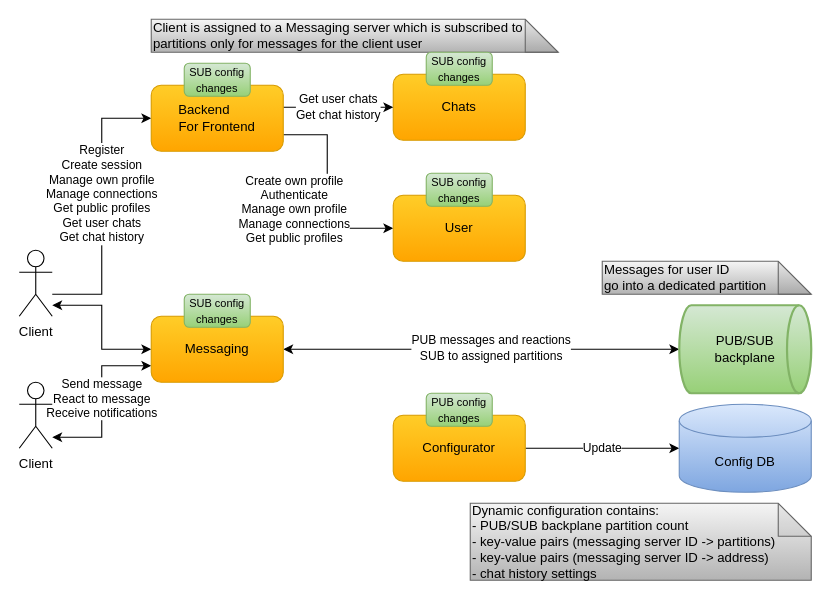
Before: docs/diagrams/cecochat-configuration.drawio in cvetomir-todorov/CecoChat, a draw.io diagram. Source tidied: cells renumbered, new cells numbered last; positions are measured from the earlier drawing's top-left corner, leaving out a move shared by most shapes. Both pictures are drawn from the tidied source at 110%, with x=0, y=0 at pixel (19, 19).
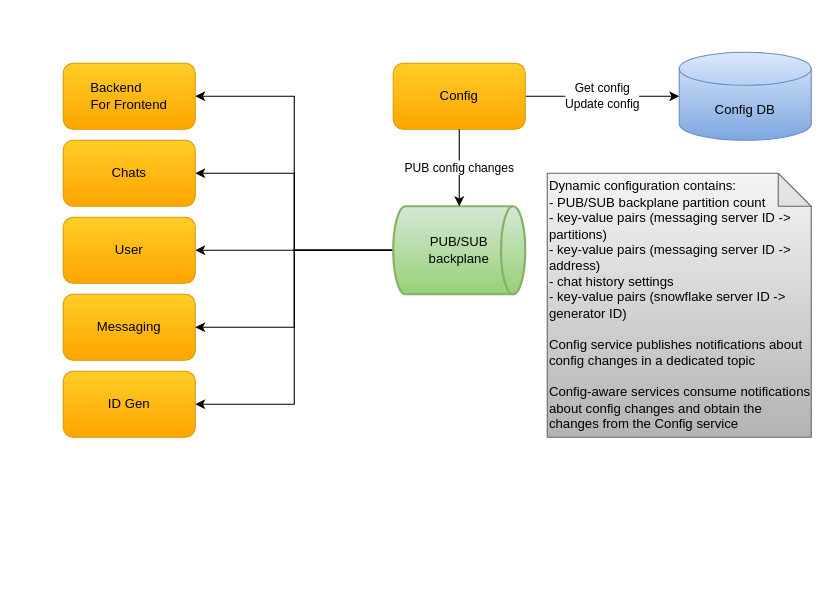
Above is the later version.

Commit message (it also covers changes not shown here):
Update diagrams regarding changes to the User and Config services

Change to the diagram source:
```diff
@@
-    <mxCell id="2" value="Messages for user ID&lt;br&gt;go into a dedicated partition" style="shape=note;whiteSpace=wrap;html=1;backgroundOutline=1;darkOpacity=0.05;align=left;gradientColor=#b3b3b3;fillColor=#f5f5f5;strokeColor=#666666;" parent="1" vertex="1">
-      <mxGeometry x="530" y="220" width="190" height="30" as="geometry" />
-    </mxCell>
-    <mxCell id="3" value="Dynamic configuration contains:&lt;br&gt;- PUB/SUB backplane partition count&lt;br&gt;- key-value pairs&amp;nbsp;(messaging server ID -&amp;gt; partitions)&lt;br&gt;- key-value pairs&amp;nbsp;(messaging&amp;nbsp;server ID -&amp;gt; address)&lt;br&gt;- chat history settings" style="shape=note;whiteSpace=wrap;html=1;backgroundOutline=1;darkOpacity=0.05;align=left;gradientColor=#b3b3b3;fillColor=#f5f5f5;strokeColor=#666666;" parent="1" vertex="1">
-      <mxGeometry x="410" y="440" width="310" height="70" as="geometry" />
+    <mxCell id="3" value="Dynamic configuration contains:&lt;br&gt;- PUB/SUB backplane partition count&lt;br&gt;- key-value pairs&amp;nbsp;(messaging server ID -&amp;gt; partitions)&lt;br&gt;- key-value pairs&amp;nbsp;(messaging&amp;nbsp;server ID -&amp;gt; address)&lt;br&gt;- chat history settings&lt;br&gt;- key-value pairs (snowflake server ID -&amp;gt; generator ID)&lt;br&gt;&lt;br&gt;Config service publishes notifications about config changes in a dedicated topic&lt;br&gt;&lt;br&gt;Config-aware services consume notifications about config changes and obtain the changes from the Config service" style="shape=note;whiteSpace=wrap;html=1;backgroundOutline=1;darkOpacity=0.05;align=left;gradientColor=#b3b3b3;fillColor=#f5f5f5;strokeColor=#666666;" parent="1" vertex="1">
+      <mxGeometry x="480" y="140" width="240" height="240" as="geometry" />
     </mxCell>
-    <mxCell id="4" value="Client is assigned to a Messaging server which is subscribed to partitions only for messages for the client user" style="shape=note;whiteSpace=wrap;html=1;backgroundOutline=1;darkOpacity=0.05;align=left;gradientColor=#b3b3b3;fillColor=#f5f5f5;strokeColor=#666666;" parent="1" vertex="1">
-      <mxGeometry x="120" width="370" height="30" as="geometry" />
-    </mxCell>
-    <mxCell id="5" style="edgeStyle=orthogonalEdgeStyle;rounded=0;jettySize=auto;html=1;entryX=0;entryY=0.5;entryDx=0;entryDy=0;startArrow=classic;startFill=1;" parent="1" edge="1" source="7" target="11">
-      <mxGeometry relative="1" as="geometry">
-        <Array as="points">
-          <mxPoint x="75" y="260" />
-          <mxPoint x="75" y="300" />
-        </Array>
-      </mxGeometry>
-    </mxCell>
-    <mxCell id="6" value="Register&lt;br style=&quot;border-color: var(--border-color);&quot;&gt;Create session&lt;br style=&quot;border-color: var(--border-color);&quot;&gt;Manage own&amp;nbsp;profile&lt;br style=&quot;border-color: var(--border-color);&quot;&gt;Manage connections&lt;br style=&quot;border-color: var(--border-color);&quot;&gt;Get public profiles&lt;br style=&quot;border-color: var(--border-color);&quot;&gt;Get user chats&lt;br style=&quot;border-color: var(--border-color);&quot;&gt;Get chat history" style="edgeStyle=orthogonalEdgeStyle;rounded=0;jettySize=auto;html=1;entryX=0;entryY=0.5;entryDx=0;entryDy=0;" parent="1" edge="1" source="7" target="21">
-      <mxGeometry x="0.09" relative="1" as="geometry">
-        <Array as="points">
-          <mxPoint x="75" y="250" />
-          <mxPoint x="75" y="90" />
-        </Array>
-      </mxGeometry>
-    </mxCell>
-    <mxCell id="7" value="Client" style="shape=umlActor;verticalLabelPosition=bottom;verticalAlign=top;html=1;outlineConnect=0;" parent="1" vertex="1">
-      <mxGeometry y="210" width="30" height="60" as="geometry" />
-    </mxCell>
-    <mxCell id="8" value="Send message&lt;br&gt;React to message&lt;br&gt;Receive notifications" style="edgeStyle=orthogonalEdgeStyle;rounded=0;jettySize=auto;html=1;entryX=0;entryY=0.75;entryDx=0;entryDy=0;startArrow=classic;startFill=1;" parent="1" edge="1" source="9" target="11">
-      <mxGeometry x="0.03" relative="1" as="geometry">
-        <Array as="points">
-          <mxPoint x="75" y="380" />
-          <mxPoint x="75" y="315" />
-        </Array>
-      </mxGeometry>
-    </mxCell>
-    <mxCell id="9" value="Client" style="shape=umlActor;verticalLabelPosition=bottom;verticalAlign=top;html=1;outlineConnect=0;" parent="1" vertex="1">
-      <mxGeometry y="330" width="30" height="60" as="geometry" />
-    </mxCell>
-    <mxCell id="10" value="PUB messages and reactions&lt;br&gt;&lt;div&gt;SUB to assigned partitions&lt;/div&gt;" style="rounded=0;jettySize=auto;html=1;entryX=0;entryY=0.5;entryDx=0;entryDy=0;entryPerimeter=0;startArrow=classic;startFill=1;exitX=1;exitY=0.5;exitDx=0;exitDy=0;" parent="1" edge="1" source="11" target="12">
-      <mxGeometry x="0.05" y="1" relative="1" as="geometry" />
-    </mxCell>
     <mxCell id="11" value="&lt;font style=&quot;font-size: 12px&quot;&gt;Messaging&lt;/font&gt;" style="rounded=1;whiteSpace=wrap;html=1;gradientColor=#ffa500;fillColor=#ffcd28;strokeColor=#d79b00;" parent="1" vertex="1">
-      <mxGeometry x="120" y="270" width="120" height="60" as="geometry" />
+      <mxGeometry x="40" y="250" width="120" height="60" as="geometry" />
     </mxCell>
+    <mxCell id="26" style="edgeStyle=orthogonalEdgeStyle;rounded=0;jettySize=auto;html=1;entryX=1;entryY=0.5;entryDx=0;entryDy=0;" parent="1" edge="1" source="12" target="21">
+      <mxGeometry relative="1" as="geometry" />
+    </mxCell>
+    <mxCell id="27" style="edgeStyle=orthogonalEdgeStyle;rounded=0;jettySize=auto;html=1;entryX=1;entryY=0.5;entryDx=0;entryDy=0;" parent="1" edge="1" source="12" target="16">
+      <mxGeometry relative="1" as="geometry" />
+    </mxCell>
+    <mxCell id="28" style="edgeStyle=orthogonalEdgeStyle;rounded=0;jettySize=auto;html=1;entryX=1;entryY=0.5;entryDx=0;entryDy=0;" parent="1" edge="1" source="12" target="24">
+      <mxGeometry x="-0.41" relative="1" as="geometry" />
+    </mxCell>
+    <mxCell id="29" style="edgeStyle=orthogonalEdgeStyle;rounded=0;jettySize=auto;html=1;entryX=1;entryY=0.5;entryDx=0;entryDy=0;" parent="1" edge="1" source="12" target="11">
+      <mxGeometry relative="1" as="geometry" />
+    </mxCell>
+    <mxCell id="30" style="edgeStyle=orthogonalEdgeStyle;rounded=0;jettySize=auto;html=1;entryX=1;entryY=0.5;entryDx=0;entryDy=0;" parent="1" edge="1" source="12" target="31">
+      <mxGeometry relative="1" as="geometry" />
+    </mxCell>
     <mxCell id="12" value="PUB/SUB&lt;br&gt;backplane" style="strokeWidth=2;html=1;shape=mxgraph.flowchart.direct_data;whiteSpace=wrap;gradientColor=#97d077;fillColor=#d5e8d4;strokeColor=#82b366;" parent="1" vertex="1">
-      <mxGeometry x="600" y="260" width="120" height="80" as="geometry" />
+      <mxGeometry x="340" y="170" width="120" height="80" as="geometry" />
     </mxCell>
-    <mxCell id="13" value="Update" style="edgeStyle=orthogonalEdgeStyle;rounded=0;jettySize=auto;html=1;entryX=0;entryY=0.5;entryDx=0;entryDy=0;entryPerimeter=0;exitX=1;exitY=0.5;exitDx=0;exitDy=0;" parent="1" edge="1" source="14" target="15">
+    <mxCell id="13" value="Get config&lt;br style=&quot;border-color: var(--border-color);&quot;&gt;Update config" style="edgeStyle=orthogonalEdgeStyle;rounded=0;jettySize=auto;html=1;entryX=0;entryY=0.5;entryDx=0;entryDy=0;entryPerimeter=0;exitX=1;exitY=0.5;exitDx=0;exitDy=0;" parent="1" edge="1" source="14" target="15">
       <mxGeometry relative="1" as="geometry" />
     </mxCell>
-    <mxCell id="14" value="Configurator" style="rounded=1;whiteSpace=wrap;html=1;gradientColor=#ffa500;fillColor=#ffcd28;strokeColor=#d79b00;" parent="1" vertex="1">
-      <mxGeometry x="340" y="360" width="120" height="60" as="geometry" />
+    <mxCell id="14" value="Config" style="rounded=1;whiteSpace=wrap;html=1;gradientColor=#ffa500;fillColor=#ffcd28;strokeColor=#d79b00;" parent="1" vertex="1">
+      <mxGeometry x="340" y="40" width="120" height="60" as="geometry" />
     </mxCell>
     <mxCell id="15" value="Config DB" style="shape=cylinder3;whiteSpace=wrap;html=1;boundedLbl=1;backgroundOutline=1;size=15;gradientColor=#7ea6e0;fillColor=#dae8fc;strokeColor=#6c8ebf;" parent="1" vertex="1">
-      <mxGeometry x="600" y="350" width="120" height="80" as="geometry" />
+      <mxGeometry x="600" y="30" width="120" height="80" as="geometry" />
     </mxCell>
     <mxCell id="16" value="&lt;font style=&quot;font-size: 12px&quot;&gt;Chats&lt;/font&gt;" style="rounded=1;whiteSpace=wrap;html=1;gradientColor=#ffa500;fillColor=#ffcd28;strokeColor=#d79b00;" parent="1" vertex="1">
-      <mxGeometry x="340" y="50" width="120" height="60" as="geometry" />
+      <mxGeometry x="40" y="110" width="120" height="60" as="geometry" />
     </mxCell>
+    <mxCell id="21" value="&lt;font style=&quot;font-size: 12px&quot;&gt;Backend&amp;nbsp; &amp;nbsp; &amp;nbsp; &amp;nbsp;&lt;br&gt;For Frontend&lt;/font&gt;" style="rounded=1;whiteSpace=wrap;html=1;gradientColor=#ffa500;fillColor=#ffcd28;strokeColor=#d79b00;" parent="1" vertex="1">
+      <mxGeometry x="40" y="40" width="120" height="60" as="geometry" />
+    </mxCell>
+    <mxCell id="24" value="&lt;font style=&quot;font-size: 12px&quot;&gt;User&lt;/font&gt;" style="rounded=1;whiteSpace=wrap;html=1;gradientColor=#ffa500;fillColor=#ffcd28;strokeColor=#d79b00;" parent="1" vertex="1">
+      <mxGeometry x="40" y="180" width="120" height="60" as="geometry" />
+    </mxCell>
+    <mxCell id="31" value="&lt;font style=&quot;font-size: 12px&quot;&gt;ID Gen&lt;/font&gt;" style="rounded=1;whiteSpace=wrap;html=1;gradientColor=#ffa500;fillColor=#ffcd28;strokeColor=#d79b00;" parent="1" vertex="1">
+      <mxGeometry x="40" y="320" width="120" height="60" as="geometry" />
+    </mxCell>
-    <mxCell id="17" value="&lt;font style=&quot;font-size: 10px&quot;&gt;PUB config&lt;br&gt;changes&lt;/font&gt;" style="rounded=1;whiteSpace=wrap;html=1;gradientColor=#97d077;fillColor=#d5e8d4;strokeColor=#82b366;" parent="1" vertex="1">
-      <mxGeometry x="370" y="340" width="60" height="30" as="geometry" />
+    <mxCell id="17" value="PUB config changes" style="edgeStyle=orthogonalEdgeStyle;rounded=0;jettySize=auto;html=1;entryX=0.5;entryY=0;entryDx=0;entryDy=0;entryPerimeter=0;" parent="1" edge="1" source="14" target="12">
+      <mxGeometry relative="1" as="geometry" />
     </mxCell>
-    <mxCell id="18" value="&lt;font style=&quot;font-size: 10px&quot;&gt;SUB config&lt;br&gt;changes&lt;/font&gt;" style="rounded=1;whiteSpace=wrap;html=1;gradientColor=#97d077;fillColor=#d5e8d4;strokeColor=#82b366;" parent="1" vertex="1">
-      <mxGeometry x="150" y="250" width="60" height="30" as="geometry" />
-    </mxCell>
-    <mxCell id="19" value="Create own profile&lt;br style=&quot;border-color: var(--border-color);&quot;&gt;Authenticate&lt;br style=&quot;border-color: var(--border-color);&quot;&gt;Manage own profile&lt;br style=&quot;border-color: var(--border-color);&quot;&gt;Manage connections&lt;br style=&quot;border-color: var(--border-color);&quot;&gt;Get public profiles" style="edgeStyle=orthogonalEdgeStyle;rounded=0;jettySize=auto;html=1;entryX=0;entryY=0.5;entryDx=0;entryDy=0;exitX=1;exitY=0.75;exitDx=0;exitDy=0;" parent="1" edge="1" source="21" target="24">
-      <mxGeometry x="0.17" y="-30" relative="1" as="geometry">
-        <Array as="points">
-          <mxPoint x="280" y="105" />
-          <mxPoint x="280" y="190" />
-        </Array>
-      </mxGeometry>
-    </mxCell>
-    <mxCell id="20" value="Get user chats&lt;br style=&quot;border-color: var(--border-color);&quot;&gt;Get chat history" style="edgeStyle=orthogonalEdgeStyle;rounded=0;jettySize=auto;html=1;entryX=0;entryY=0.5;entryDx=0;entryDy=0;" parent="1" edge="1" source="21" target="16">
-      <mxGeometry relative="1" as="geometry">
-        <Array as="points">
-          <mxPoint x="270" y="80" />
-          <mxPoint x="270" y="80" />
-        </Array>
-      </mxGeometry>
-    </mxCell>
-    <mxCell id="21" value="&lt;font style=&quot;font-size: 12px&quot;&gt;Backend&amp;nbsp; &amp;nbsp; &amp;nbsp; &amp;nbsp;&lt;br&gt;For Frontend&lt;/font&gt;" style="rounded=1;whiteSpace=wrap;html=1;gradientColor=#ffa500;fillColor=#ffcd28;strokeColor=#d79b00;" parent="1" vertex="1">
-      <mxGeometry x="120" y="60" width="120" height="60" as="geometry" />
-    </mxCell>
-    <mxCell id="22" value="&lt;font style=&quot;font-size: 10px&quot;&gt;SUB config&lt;br&gt;changes&lt;/font&gt;" style="rounded=1;whiteSpace=wrap;html=1;gradientColor=#97d077;fillColor=#d5e8d4;strokeColor=#82b366;" parent="1" vertex="1">
-      <mxGeometry x="150" y="40" width="60" height="30" as="geometry" />
-    </mxCell>
-    <mxCell id="23" value="&lt;font style=&quot;font-size: 10px&quot;&gt;SUB config&lt;br&gt;changes&lt;/font&gt;" style="rounded=1;whiteSpace=wrap;html=1;gradientColor=#97d077;fillColor=#d5e8d4;strokeColor=#82b366;" parent="1" vertex="1">
-      <mxGeometry x="370" y="30" width="60" height="30" as="geometry" />
-    </mxCell>
-    <mxCell id="24" value="&lt;font style=&quot;font-size: 12px&quot;&gt;User&lt;/font&gt;" style="rounded=1;whiteSpace=wrap;html=1;gradientColor=#ffa500;fillColor=#ffcd28;strokeColor=#d79b00;" parent="1" vertex="1">
-      <mxGeometry x="340" y="160" width="120" height="60" as="geometry" />
-    </mxCell>
-    <mxCell id="25" value="&lt;font style=&quot;font-size: 10px&quot;&gt;SUB config&lt;br&gt;changes&lt;/font&gt;" style="rounded=1;whiteSpace=wrap;html=1;gradientColor=#97d077;fillColor=#d5e8d4;strokeColor=#82b366;" parent="1" vertex="1">
-      <mxGeometry x="370" y="140" width="60" height="30" as="geometry" />
-    </mxCell>
```
